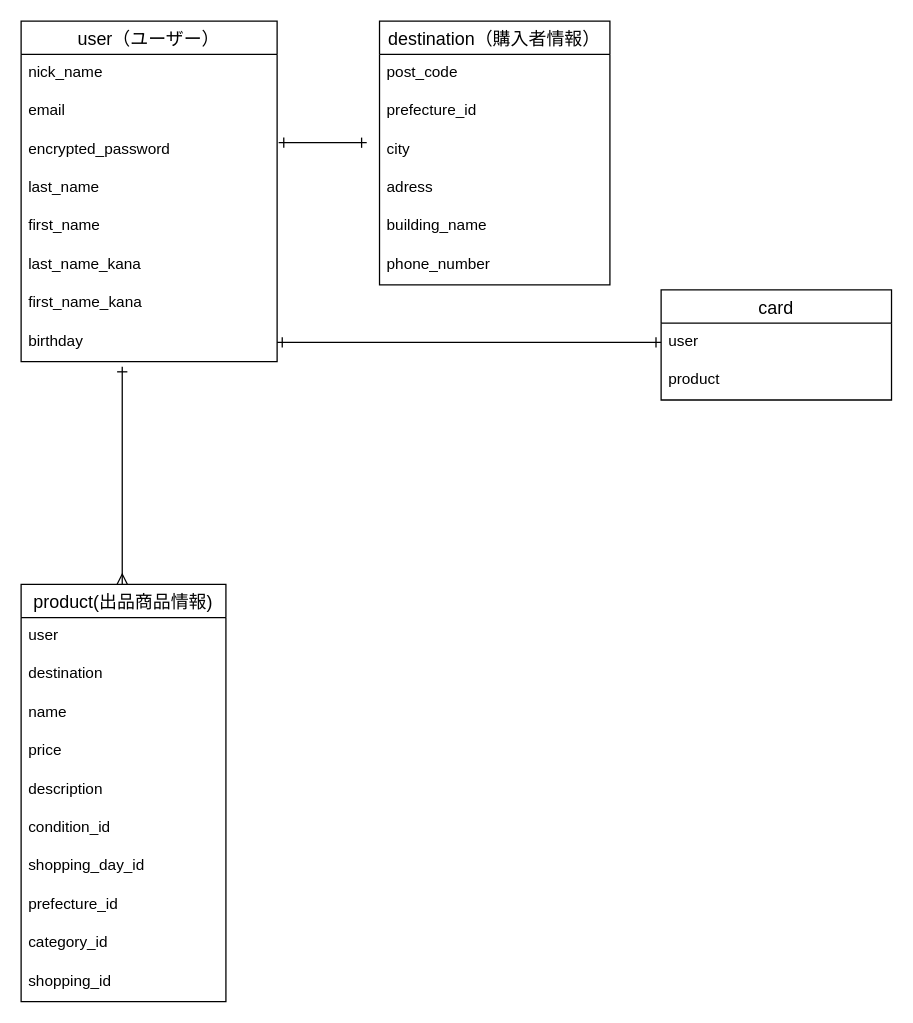
This is Furima.dio from yk-kasshi/furima-39089, a draw.io file, before an edit. Source tidied: cells renumbered, new cells numbered last; positions are measured from the earlier drawing's top-left corner, leaving out a move shared by most shapes. Both pictures are drawn from the tidied source at 128%, with x=0, y=0 at pixel (20, 20).
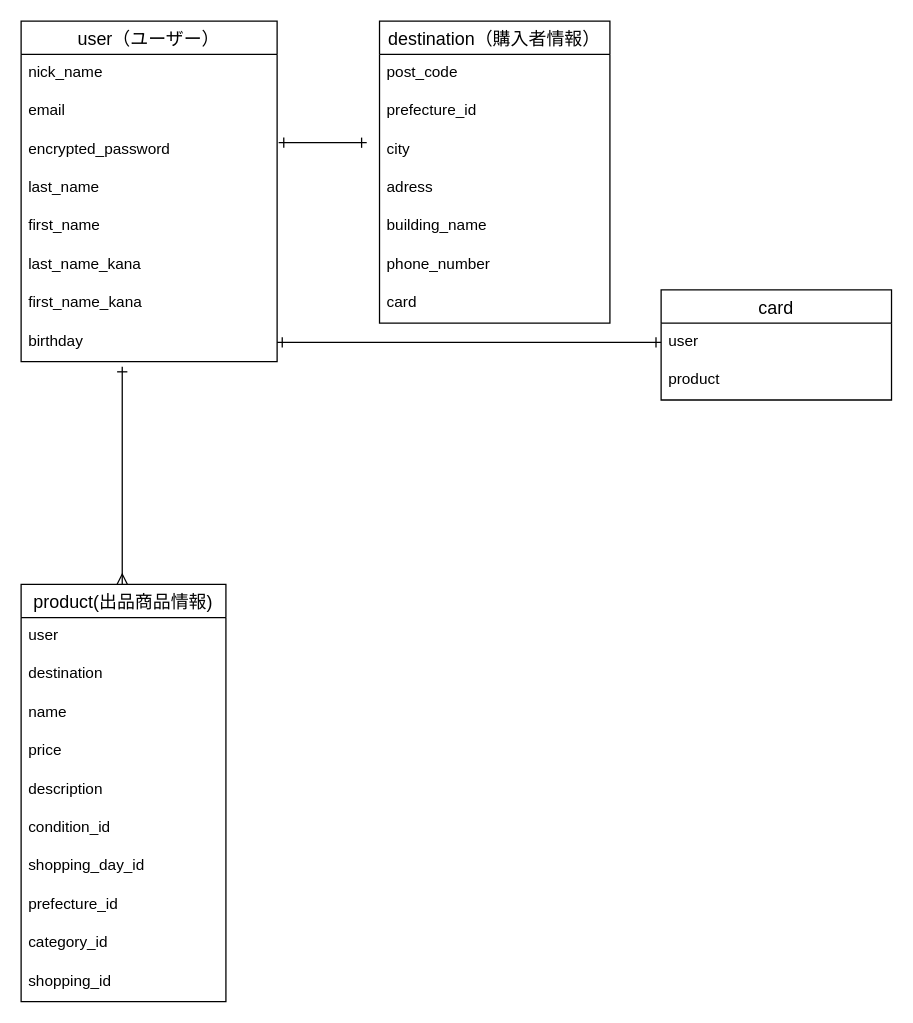
The same diagram, later.

Commit message (it also covers changes not shown here):
データベース設計の修正１２

What changed in the source:
```diff
@@
     <mxCell id="23" value="destination（購入者情報）" style="swimlane;fontStyle=0;horizontal=1;startSize=26;align=center;fontSize=14;rounded=0;" parent="1" vertex="1">
-      <mxGeometry x="280" width="180" height="206" as="geometry" />
+      <mxGeometry x="280" width="180" height="236" as="geometry" />
     </mxCell>
@@
+    <mxCell id="35" value="card" style="text;strokeColor=none;fillColor=none;spacingLeft=4;spacingRight=4;overflow=hidden;fontSize=12;" parent="23" vertex="1">
+      <mxGeometry y="206" width="180" height="30" as="geometry" />
+    </mxCell>
```
